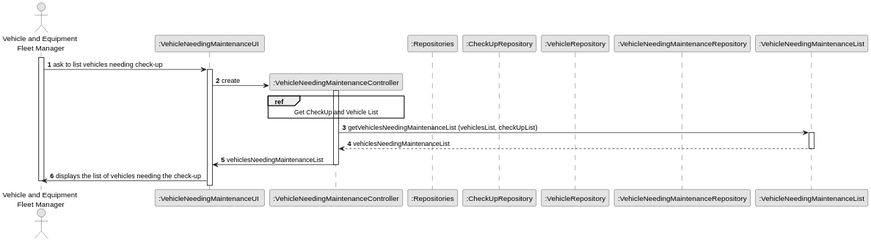
This is docs/sprintA&B/us008/03.design/svg/us008-sequence-diagram-split.svg from daniel41silva05/ISEP_2023_2024_LAPR2, a PlantUML export, as it was before one commit.
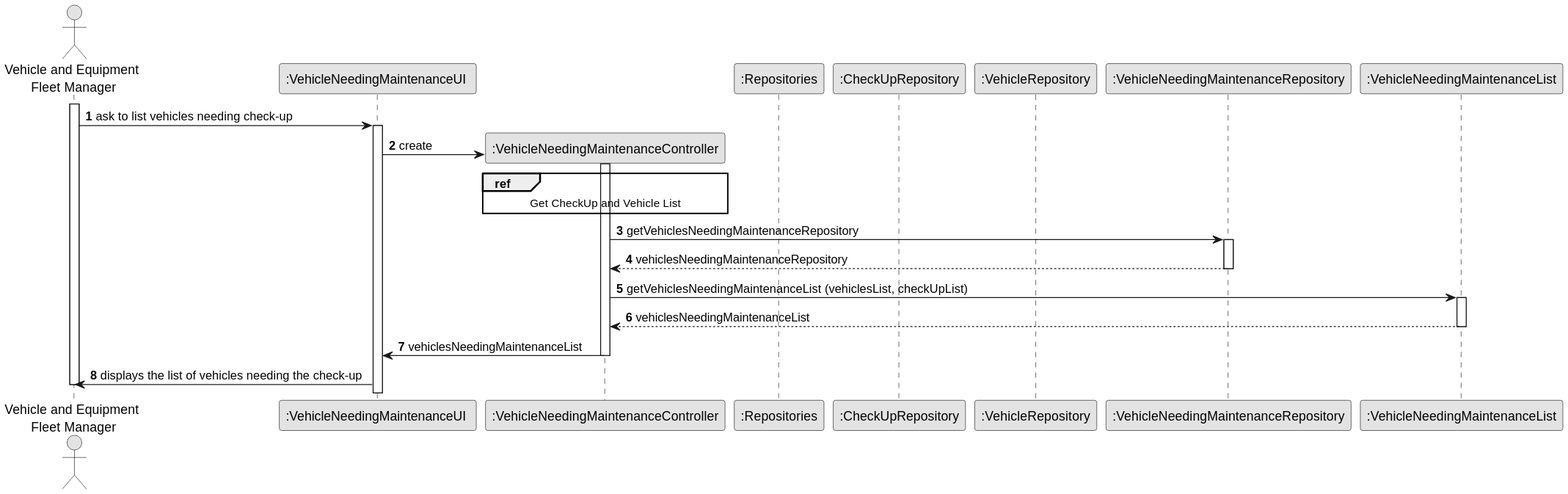
The same file after the commit.

Commit message:
US004 update (SDP get collaborator list)

What changed in the source:
```diff
@@ -28,6 +28,13 @@
                         Get CheckUp and Vehicle List
                  end ref
 
+                CTRL -> MaintenanceRep: getVehiclesNeedingMaintenanceRepository
+
+                                               activate MaintenanceRep
+
+                                              MaintenanceRep --> CTRL: vehiclesNeedingMaintenanceRepository
+
+                                                deactivate MaintenanceRep
 
 
 
```
